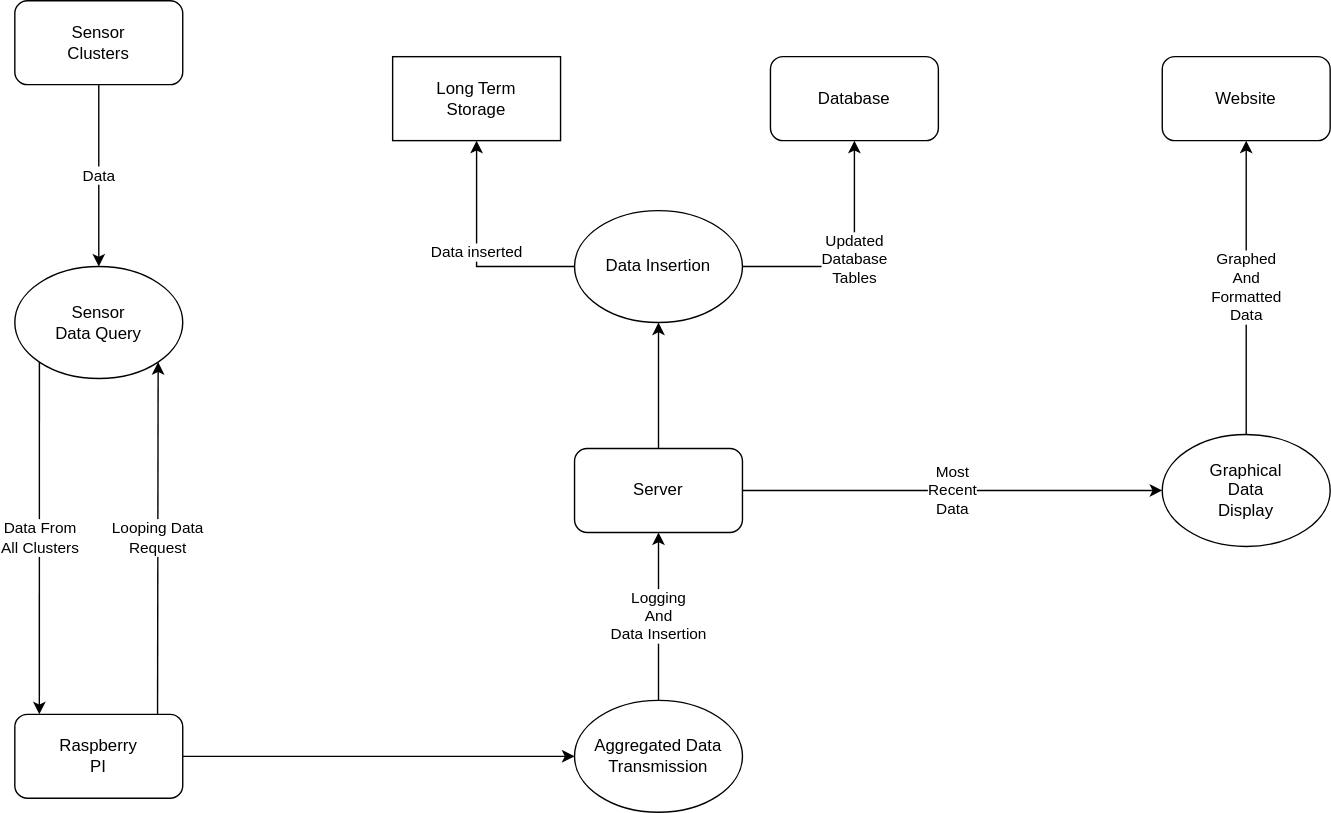
Earlier version of the draw.io export Documents/Diagrams/dfdlvl1.svg (whkolath/TerraTek). Source tidied: cells renumbered, new cells last; positions are measured from the earlier drawing's top-left corner, leaving out a move shared by most shapes.
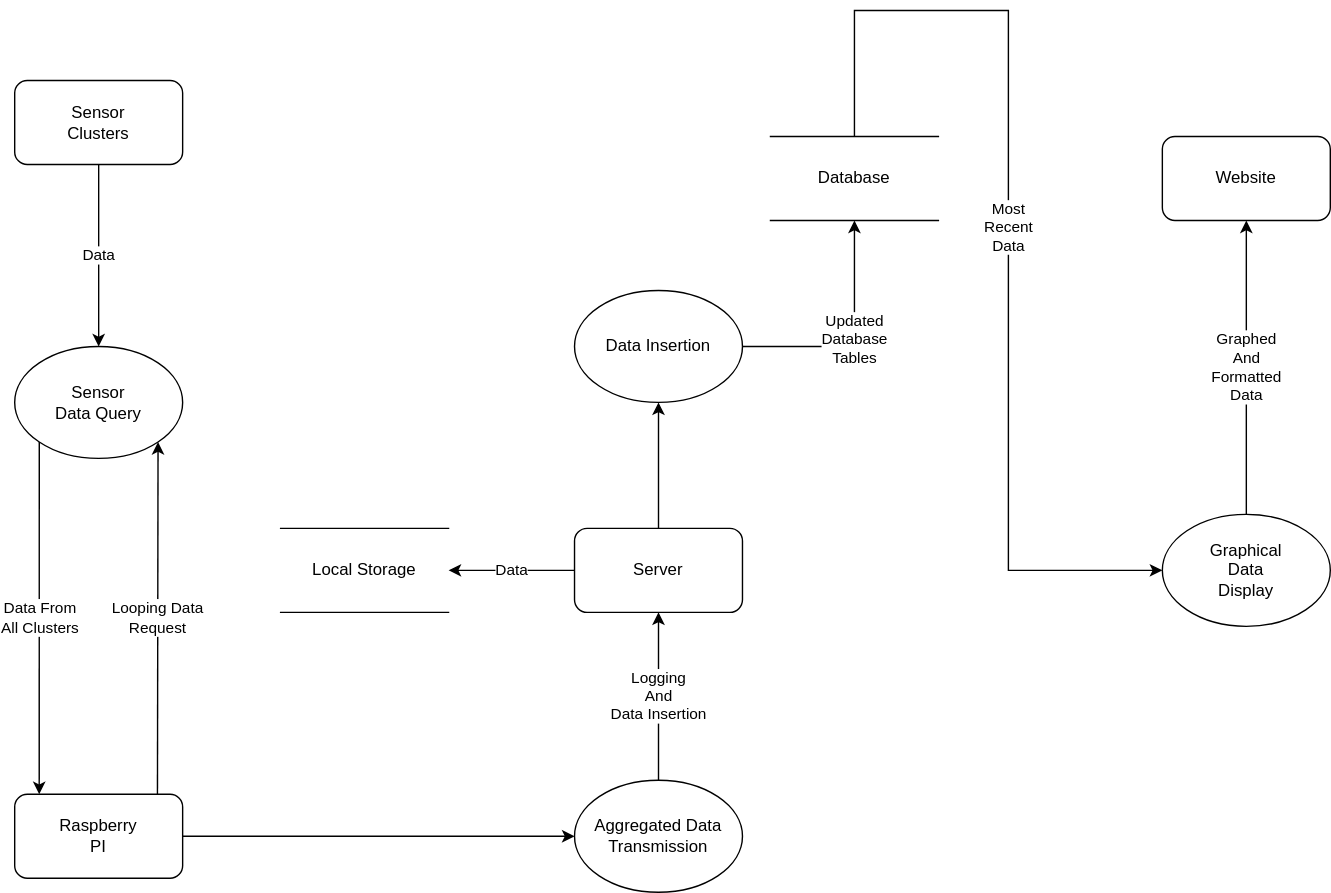
The same diagram one commit later.

What changed in the source:
```diff
@@ -14,15 +14,12 @@
     <mxCell id="5" value="Raspberry&lt;br&gt;PI" style="rounded=1;whiteSpace=wrap;html=1;" parent="1" vertex="1">
       <mxGeometry y="510" width="120" height="60" as="geometry" />
     </mxCell>
-    <mxCell id="6" value="Database" style="rounded=1;whiteSpace=wrap;html=1;" parent="1" vertex="1">
-      <mxGeometry x="540" y="40" width="120" height="60" as="geometry" />
-    </mxCell>
+    <mxCell id="22" value="Data" style="edgeStyle=orthogonalEdgeStyle;rounded=0;jettySize=auto;html=1;entryX=1;entryY=0.5;entryDx=0;entryDy=0;" parent="1" edge="1" source="7" target="23">
+      <mxGeometry relative="1" as="geometry" />
+    </mxCell>
     <mxCell id="7" value="Server" style="rounded=1;whiteSpace=wrap;html=1;" parent="1" vertex="1">
       <mxGeometry x="400" y="320" width="120" height="60" as="geometry" />
     </mxCell>
-    <mxCell id="8" value="&lt;div&gt;Long Term&lt;/div&gt;&lt;div&gt;Storage&lt;br&gt;&lt;/div&gt;" style="rounded=0;whiteSpace=wrap;html=1;" parent="1" vertex="1">
-      <mxGeometry x="270" y="40" width="120" height="60" as="geometry" />
-    </mxCell>
     <mxCell id="9" value="Data" style="endArrow=classic;html=1;rounded=0;entryX=0.5;entryY=0;entryDx=0;entryDy=0;exitX=0.5;exitY=1;exitDx=0;exitDy=0;" parent="1" edge="1" source="4" target="2">
       <mxGeometry relative="1" as="geometry" />
     </mxCell>
@@ -36,13 +33,6 @@
     <mxCell id="11" value="&lt;div&gt;Logging&lt;/div&gt;&lt;div&gt;And &lt;br&gt;&lt;/div&gt;&lt;div&gt;Data Insertion&lt;br&gt;&lt;/div&gt;" style="endArrow=classic;html=1;rounded=0;exitX=0.5;exitY=0;exitDx=0;exitDy=0;entryX=0.5;entryY=1;entryDx=0;entryDy=0;" parent="1" edge="1" source="3" target="7">
       <mxGeometry relative="1" as="geometry" />
     </mxCell>
-    <mxCell id="12" value="Data inserted" style="endArrow=classic;html=1;rounded=0;exitX=0;exitY=0.5;exitDx=0;exitDy=0;entryX=0.5;entryY=1;entryDx=0;entryDy=0;" parent="1" edge="1" source="18" target="8">
-      <mxGeometry relative="1" as="geometry">
-        <Array as="points">
-          <mxPoint x="330" y="190" />
-        </Array>
-      </mxGeometry>
-    </mxCell>
     <mxCell id="13" style="endArrow=classic;html=1;rounded=0;exitX=1;exitY=0.5;exitDx=0;exitDy=0;entryX=0;entryY=0.5;entryDx=0;entryDy=0;" parent="1" edge="1" source="5" target="3">
       <mxGeometry relative="1" as="geometry" />
     </mxCell>
@@ -66,11 +56,23 @@
     <mxCell id="19" style="endArrow=classic;html=1;rounded=0;entryX=0.5;entryY=1;entryDx=0;entryDy=0;exitX=0.5;exitY=0;exitDx=0;exitDy=0;" parent="1" edge="1" source="7" target="18">
       <mxGeometry relative="1" as="geometry" />
     </mxCell>
-    <mxCell id="20" value="&lt;div&gt;Most&lt;/div&gt;&lt;div&gt;Recent&lt;/div&gt;&lt;div&gt;Data&lt;br&gt;&lt;/div&gt;" style="endArrow=classic;html=1;rounded=0;entryX=0;entryY=0.5;entryDx=0;entryDy=0;exitX=1;exitY=0.5;exitDx=0;exitDy=0;" parent="1" edge="1" source="7" target="15">
-      <mxGeometry relative="1" as="geometry" />
+    <mxCell id="20" value="&lt;div&gt;Most&lt;/div&gt;&lt;div&gt;Recent&lt;/div&gt;&lt;div&gt;Data&lt;br&gt;&lt;/div&gt;" style="endArrow=classic;html=1;rounded=0;entryX=0;entryY=0.5;entryDx=0;entryDy=0;exitX=0.5;exitY=0;exitDx=0;exitDy=0;" parent="1" edge="1" source="6" target="15">
+      <mxGeometry relative="1" as="geometry">
+        <Array as="points">
+          <mxPoint x="600" y="-50" />
+          <mxPoint x="710" y="-50" />
+          <mxPoint x="710" y="350" />
+        </Array>
+      </mxGeometry>
     </mxCell>
     <mxCell id="21" value="&lt;div&gt;Graphed&lt;/div&gt;&lt;div&gt;And&lt;/div&gt;&lt;div&gt;Formatted&lt;/div&gt;&lt;div&gt;Data&lt;br&gt;&lt;/div&gt;" style="endArrow=classic;html=1;rounded=0;entryX=0.5;entryY=1;entryDx=0;entryDy=0;exitX=0.5;exitY=0;exitDx=0;exitDy=0;" parent="1" edge="1" source="15" target="14">
       <mxGeometry relative="1" as="geometry" />
     </mxCell>
+    <mxCell id="6" value="Database" style="shape=partialRectangle;whiteSpace=wrap;html=1;left=0;right=0;fillColor=none;" parent="1" vertex="1">
+      <mxGeometry x="540" y="40" width="120" height="60" as="geometry" />
+    </mxCell>
+    <mxCell id="23" value="Local Storage" style="shape=partialRectangle;whiteSpace=wrap;html=1;left=0;right=0;fillColor=none;" parent="1" vertex="1">
+      <mxGeometry x="190" y="320" width="120" height="60" as="geometry" />
+    </mxCell>
   </root>
 </mxGraphModel>
```
